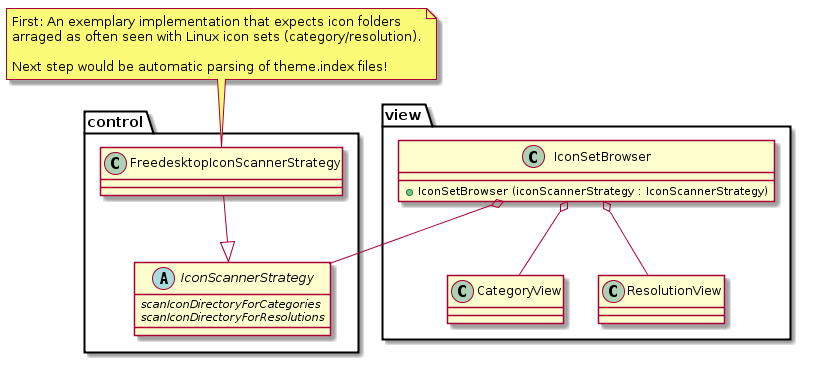
The PlantUML diagram Concept/classes.png in Manuel-Kehl/Icon-Set-Forge, before a commit.
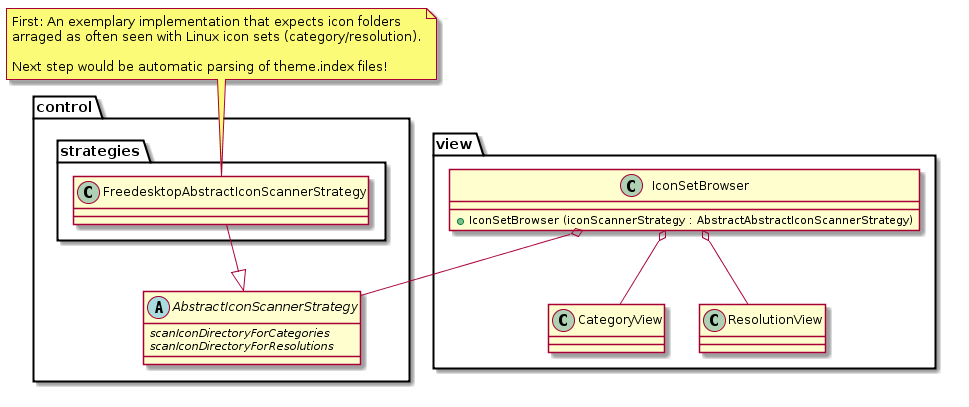
The same diagram one commit later.

Commit message:
Enhanced the class diagram: Added subdirectory for concrete strategy implementations + renamed IconScannerStrategy to AbstractIconScannerStrategy. This will probably be my last pre-holiday-commit.

What changed in the source:
```diff
@@ -1,23 +1,25 @@
 @startuml
 package control {
-	abstract class IconScannerStrategy {
+	abstract class AbstractIconScannerStrategy {
 		{abstract} + scanIconDirectoryForCategories
 		{abstract} + scanIconDirectoryForResolutions
 	}
-	class FreedesktopIconScannerStrategy --|> IconScannerStrategy
+	package strategies {
+		class FreedesktopAbstractIconScannerStrategy --|> AbstractIconScannerStrategy
+	}
 }
 
-note top of FreedesktopIconScannerStrategy: First: An exemplary implementation that expects icon folders\narraged as often seen with Linux icon sets (category/resolution).\n\nNext step would be automatic parsing of theme.index files!
+note top of FreedesktopAbstractIconScannerStrategy: First: An exemplary implementation that expects icon folders\narraged as often seen with Linux icon sets (category/resolution).\n\nNext step would be automatic parsing of theme.index files!
 
 package view {
 	class CategoryView
 	class ResolutionView
 	class IconSetBrowser {
-		+ IconSetBrowser (iconScannerStrategy : IconScannerStrategy)
+		+ IconSetBrowser (iconScannerStrategy : AbstractAbstractIconScannerStrategy)
 	}
 }
 
-IconSetBrowser o-- IconScannerStrategy
+IconSetBrowser o-- AbstractIconScannerStrategy
 IconSetBrowser o-- ResolutionView
 IconSetBrowser o-- CategoryView
 
```
